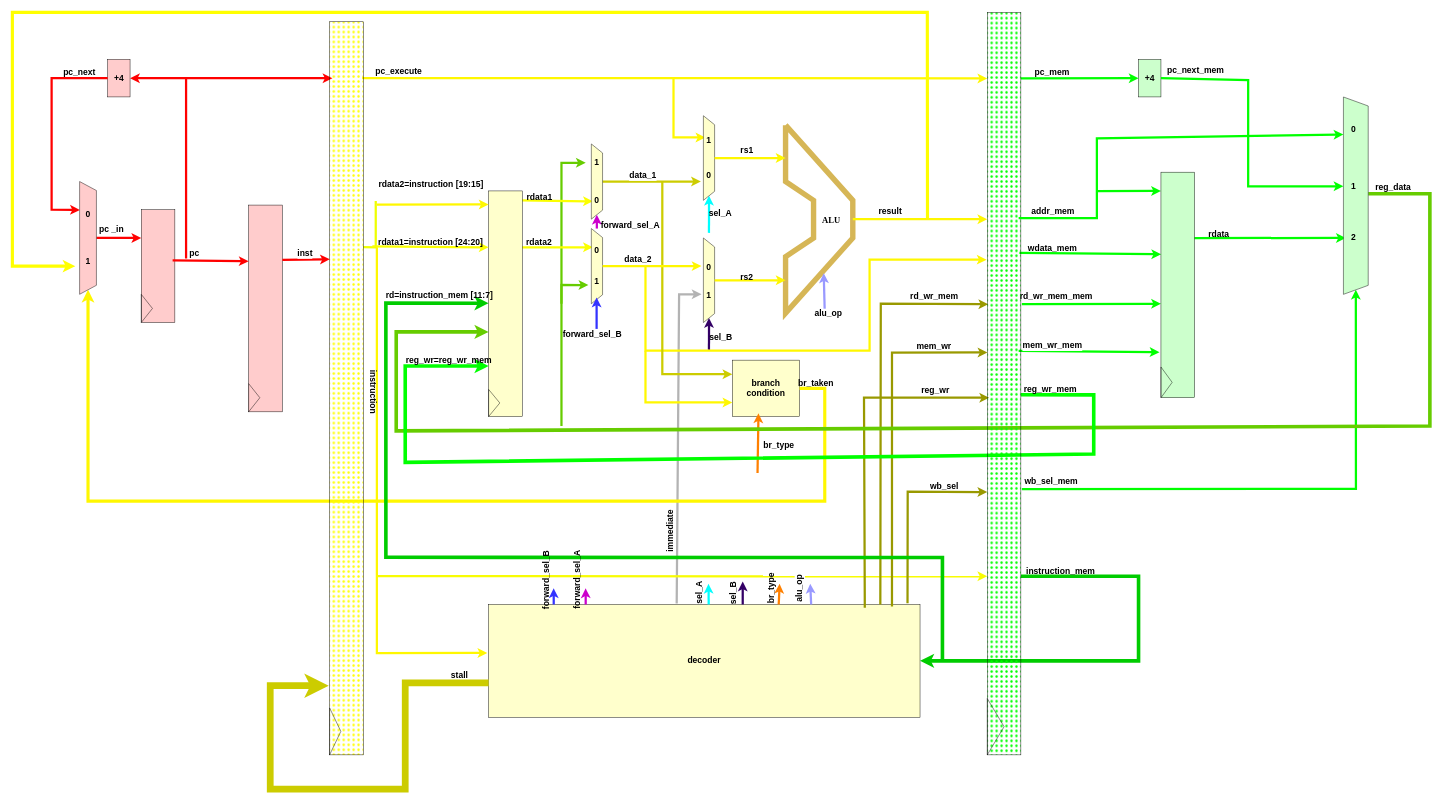
Above: Single_Cycle_Processor/docomentation/single_cycle_with_pipline.drawio in MuhammadBoota09299/Computer_Architecture_Lab (draw.io), before the change. Source tidied: cells renumbered, new cells numbered last; positions are measured from the earlier drawing's top-left corner, leaving out a move shared by most shapes. Both pictures are drawn from the tidied source at 45%, with x=0, y=0 at pixel (12, 12).
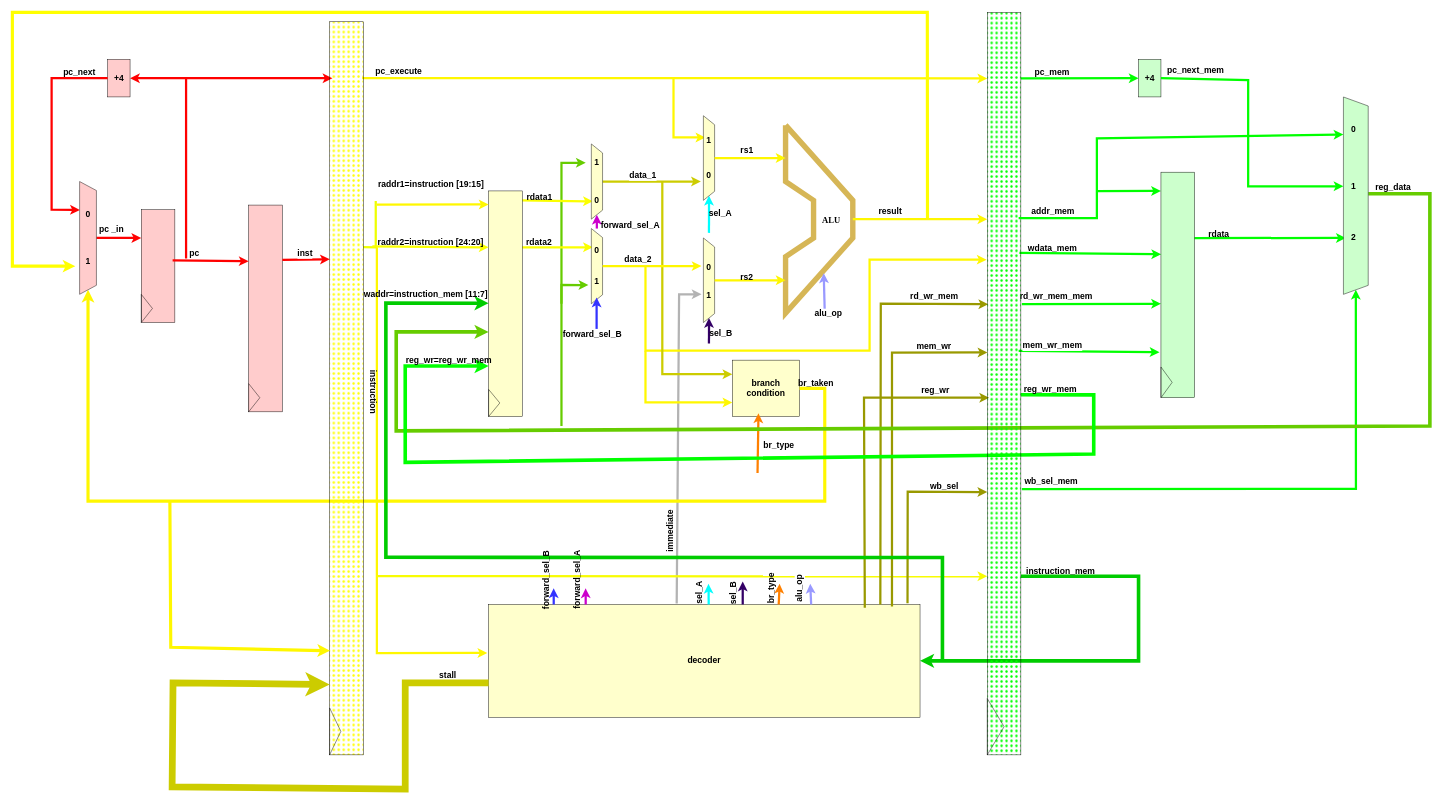
After the change.

Unchanged cells that the change refers to:
```xml
<mxCell id="2" style="group;" parent="1" vertex="1">
  <mxGeometry width="3150" height="1726.2" as="geometry" />
</mxCell>
<mxCell id="76" style="rounded=0;whiteSpace=wrap;html=1;direction=south;fillColor=#FFFF00;fillStyle=dots;fontSize=19;fontStyle=1;" parent="2" vertex="1">
  <mxGeometry x="705" y="20.9" width="74.7" height="1629.1" as="geometry" />
</mxCell>
<mxCell id="81" style="endArrow=classic;html=1;rounded=0;strokeColor=light-dark(#fbff00, #ededed);strokeWidth=5;fontSize=19;fontStyle=1;" parent="2" edge="1">
  <mxGeometry relative="1" as="geometry">
    <mxPoint x="800" y="520" as="sourcePoint" />
    <mxPoint x="1058.3" y="522.1" as="targetPoint" />
  </mxGeometry>
</mxCell>
<mxCell id="86" style="endArrow=classic;html=1;rounded=0;strokeColor=light-dark(#FFF700,#EDEDED);strokeWidth=5;fontSize=19;fontStyle=1;" parent="2" edge="1">
  <mxGeometry relative="1" as="geometry">
    <mxPoint x="810" y="427" as="sourcePoint" />
    <mxPoint x="1058.3" y="426.8" as="targetPoint" />
  </mxGeometry>
</mxCell>
<mxCell id="88" style="endArrow=classic;html=1;rounded=0;strokeColor=light-dark(#00CC00,#EDEDED);strokeWidth=8;fontSize=19;fontStyle=1;" parent="2" edge="1">
  <mxGeometry relative="1" as="geometry">
    <mxPoint x="2066.8" y="1441.1" as="sourcePoint" />
    <mxPoint x="1058.3" y="646.4" as="targetPoint" />
    <Array as="points">
      <mxPoint x="2066.8" y="1211.4" />
      <mxPoint x="830" y="1211" />
      <mxPoint x="830" y="646" />
    </Array>
  </mxGeometry>
</mxCell>
<mxCell id="107" style="shape=trapezoid;perimeter=trapezoidPerimeter;whiteSpace=wrap;html=1;fixedSize=1;direction=south;fillColor=#FFFFCC;fontSize=19;fontStyle=1;" parent="2" vertex="1">
  <mxGeometry x="1535.6" y="501.3" width="24.9" height="188" as="geometry" />
</mxCell>
```

Change to the diagram source:
```diff
@@
     <mxCell id="5" style="endArrow=classic;html=1;rounded=0;entryX=1;entryY=0.5;entryDx=0;entryDy=0;strokeColor=#330066;strokeWidth=5;fontSize=19;fontStyle=1;" parent="2" edge="1" target="107">
       <mxGeometry relative="1" as="geometry">
-        <mxPoint x="1548" y="750" as="sourcePoint" />
+        <mxPoint x="1548" y="736" as="sourcePoint" />
       </mxGeometry>
     </mxCell>
@@
-    <mxCell id="82" value="rdata1=instruction [24:20]" style="edgeLabel;align=center;verticalAlign=middle;labelBackgroundColor=none;fontSize=19;fontStyle=1;" parent="81" vertex="1">
+    <mxCell id="82" value="raddr2=instruction [24:20]" style="edgeLabel;align=center;verticalAlign=middle;labelBackgroundColor=none;fontSize=19;fontStyle=1;" parent="81" vertex="1">
       <mxGeometry x="-0.23" y="5" relative="1" as="geometry">
         <mxPoint x="30" y="-8" as="offset" />
       </mxGeometry>
     </mxCell>
@@
-    <mxCell id="87" value="rdata2=instruction [19:15]" style="edgeLabel;align=center;verticalAlign=middle;labelBackgroundColor=none;fontStyle=1;fontSize=19;" parent="86" vertex="1">
+    <mxCell id="87" value="raddr1=instruction [19:15]" style="edgeLabel;align=center;verticalAlign=middle;labelBackgroundColor=none;fontStyle=1;fontSize=19;" parent="86" vertex="1">
       <mxGeometry x="-0.07" y="2" relative="1" as="geometry">
         <mxPoint x="5" y="-45" as="offset" />
       </mxGeometry>
     </mxCell>
@@
-    <mxCell id="89" value="rd=instruction_mem [11:7]" style="edgeLabel;align=center;verticalAlign=middle;labelBackgroundColor=none;fontSize=19;fontStyle=1;" parent="88" vertex="1">
+    <mxCell id="89" value="waddr=instruction_mem [11:7]" style="edgeLabel;align=center;verticalAlign=middle;labelBackgroundColor=none;fontSize=19;fontStyle=1;" parent="88" vertex="1">
       <mxGeometry x="0.89" y="6" relative="1" as="geometry">
-        <mxPoint x="14" y="-15" as="offset" />
+        <mxPoint x="-16" y="-17" as="offset" />
       </mxGeometry>
     </mxCell>
@@
-    <mxCell id="145" style="endArrow=classic;html=1;rounded=0;exitX=0;exitY=0.75;exitDx=0;exitDy=0;fontColor=#CCCC00;fontSize=19;strokeColor=#CCCC00;strokeWidth=15;fontStyle=1;" parent="2" edge="1">
+    <mxCell id="145" style="endArrow=classic;html=1;rounded=0;exitX=0;exitY=0.75;exitDx=0;exitDy=0;fontColor=#CCCC00;fontSize=19;strokeColor=#CCCC00;strokeWidth=15;fontStyle=1;entryX=0.904;entryY=1;entryDx=0;entryDy=0;entryPerimeter=0;" parent="2" edge="1" target="76">
       <mxGeometry relative="1" as="geometry">
         <mxPoint x="1058.3" y="1490" as="sourcePoint" />
-        <mxPoint x="703" y="1496.2" as="targetPoint" />
         <Array as="points">
           <mxPoint x="873" y="1490.2" />
           <mxPoint x="873" y="1726.2" />
-          <mxPoint x="573" y="1726.2" />
-          <mxPoint x="573" y="1496.2" />
+          <mxPoint x="355" y="1721" />
+          <mxPoint x="357" y="1490" />
         </Array>
       </mxGeometry>
     </mxCell>
@@
+    <mxCell id="148" style="endArrow=classic;html=1;rounded=0;entryX=0.858;entryY=0.987;entryDx=0;entryDy=0;entryPerimeter=0;strokeColor=#FFF700;strokeWidth=7;" parent="1" edge="1" target="76">
+      <mxGeometry relative="1" as="geometry">
+        <mxPoint x="350" y="1085" as="sourcePoint" />
+        <Array as="points">
+          <mxPoint x="352" y="1411" />
+        </Array>
+      </mxGeometry>
+    </mxCell>
```
